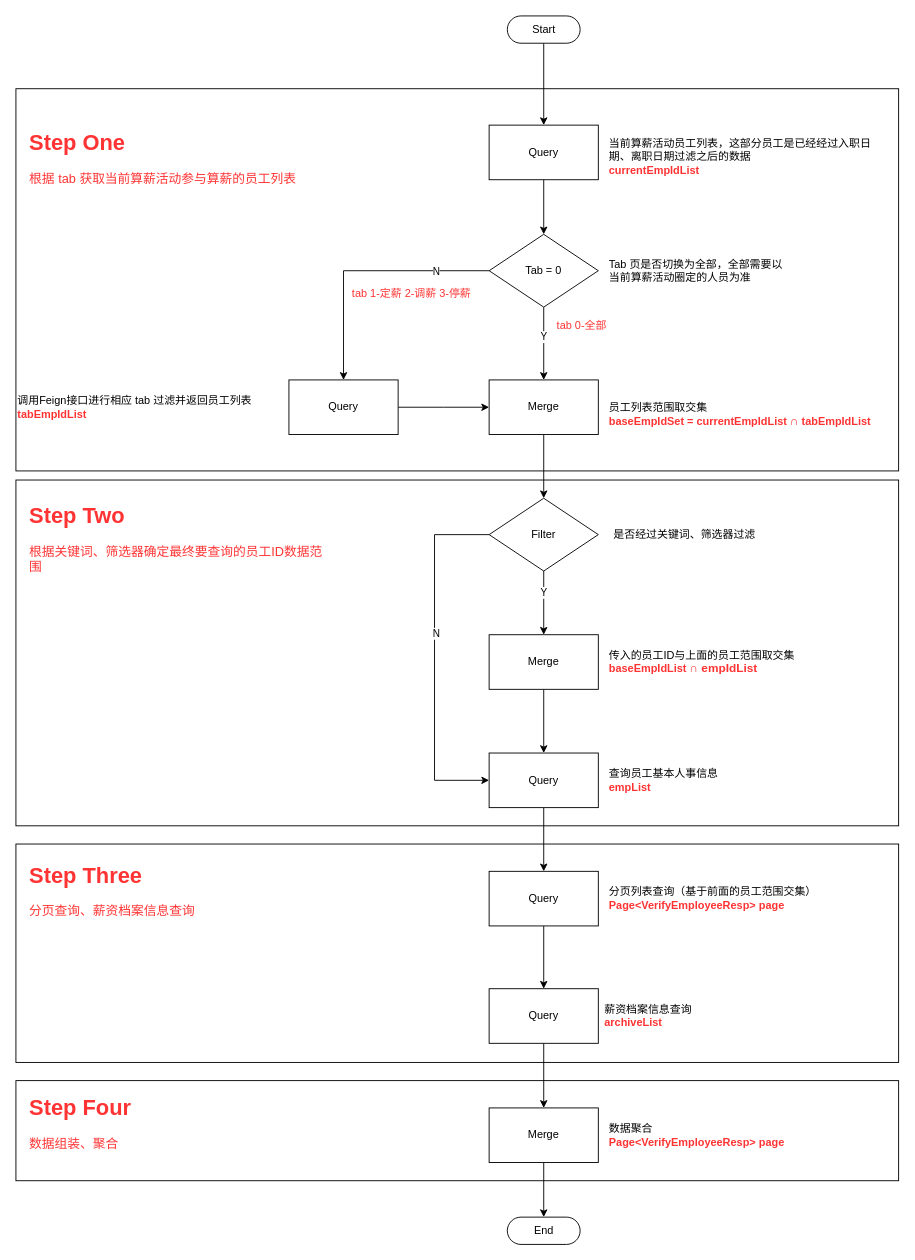
Earlier version of the draw.io diagram 算薪活动-核对人员列表接口实现逻辑.drawio (rexlin600/diagrams). Source tidied: cells renumbered, new cells numbered last; positions are measured from the earlier drawing's top-left corner, leaving out a move shared by most shapes. Both pictures are drawn from the tidied source at 91%, with x=0, y=0 at pixel (15, 15).
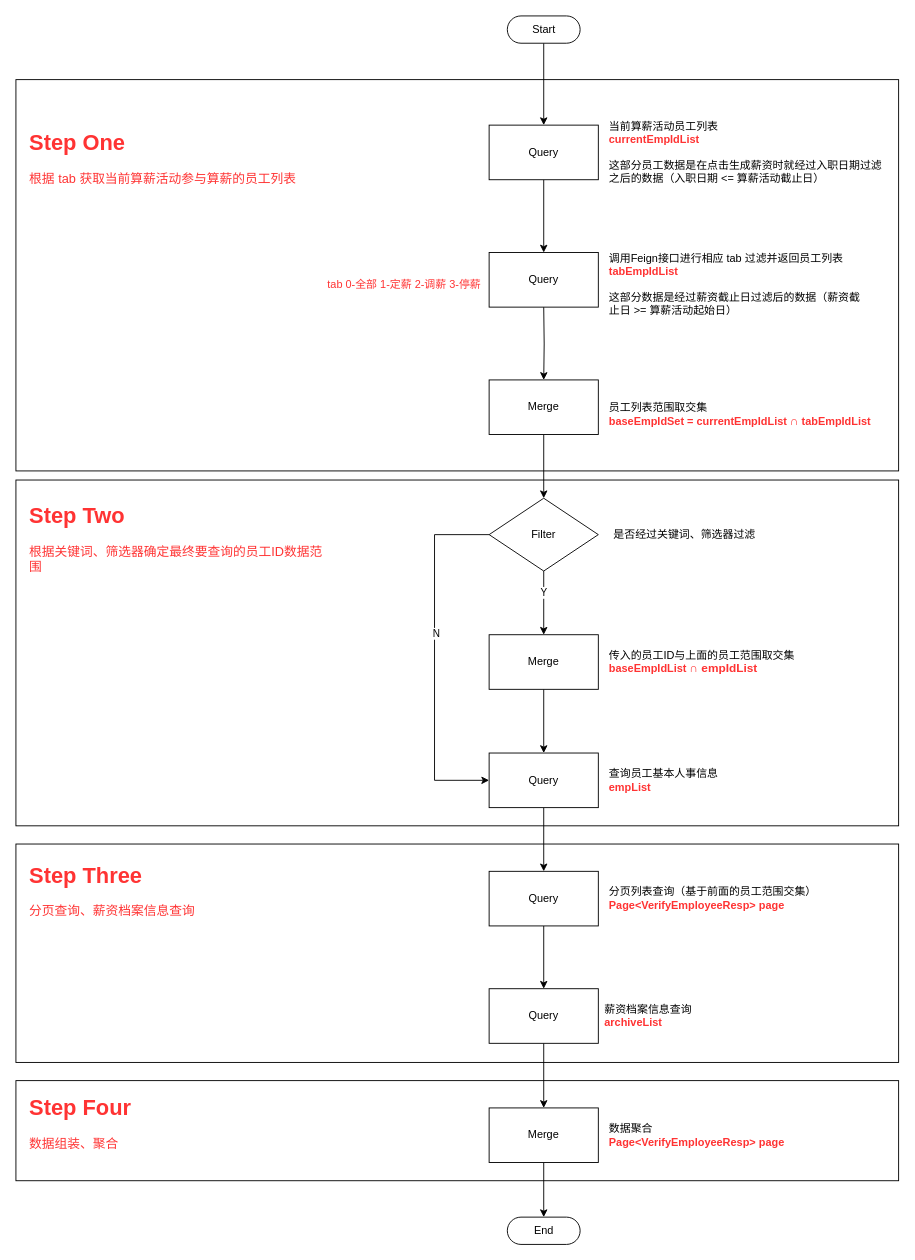
After the change.

Commit message:
Update 算薪活动-核对人员列表接口实现逻辑.drawio

Unchanged cells that the change refers to:
```xml
<mxCell id="9" value="Query" style="rounded=0;whiteSpace=wrap;html=1;" parent="1" vertex="1">
  <mxGeometry x="520" y="120" width="120" height="60" as="geometry" />
</mxCell>
<mxCell id="18" value="Merge" style="rounded=0;whiteSpace=wrap;html=1;" parent="1" vertex="1">
  <mxGeometry x="520" y="400" width="120" height="60" as="geometry" />
</mxCell>
```

Diff of the diagram source:
```diff
@@
     <mxCell id="5" style="rounded=0;whiteSpace=wrap;html=1;fontColor=#FF3333;" parent="1" vertex="1">
-      <mxGeometry y="80" width="970" height="420" as="geometry" />
+      <mxGeometry y="70" width="970" height="430" as="geometry" />
     </mxCell>
@@
-    <mxCell id="8" style="edgeStyle=orthogonalEdgeStyle;rounded=0;jettySize=auto;html=1;" parent="1" edge="1" source="9" target="15">
-      <mxGeometry relative="1" as="geometry" />
-    </mxCell>
+    <mxCell id="51" style="edgeStyle=orthogonalEdgeStyle;rounded=0;jettySize=auto;html=1;entryX=0.5;entryY=0;entryDx=0;entryDy=0;" parent="1" edge="1" source="9" target="20">
+      <mxGeometry relative="1" as="geometry" />
+    </mxCell>
@@
-    <mxCell id="10" value="当前算薪活动员工列表，这部分员工是已经经过入职日期、离职日期过滤之后的数据&lt;br&gt;&lt;b&gt;&lt;font color=&quot;#ff3333&quot;&gt;currentEmpIdList&lt;/font&gt;&lt;/b&gt;" style="text;html=1;strokeColor=none;fillColor=none;align=left;verticalAlign=middle;whiteSpace=wrap;rounded=0;" parent="1" vertex="1">
-      <mxGeometry x="650" y="140" width="310" height="30" as="geometry" />
+    <mxCell id="10" value="当前算薪活动员工列表&lt;br&gt;&lt;b&gt;&lt;font color=&quot;#ff3333&quot;&gt;currentEmpIdList&lt;br&gt;&lt;/font&gt;&lt;/b&gt;&lt;br&gt;这部分员工数据是在点击生成薪资时就经过入职日期过滤之后的数据（入职日期 &amp;lt;= 算薪活动截止日）" style="text;html=1;strokeColor=none;fillColor=none;align=left;verticalAlign=middle;whiteSpace=wrap;rounded=0;" parent="1" vertex="1">
+      <mxGeometry x="650" y="120" width="310" height="60" as="geometry" />
     </mxCell>
-    <mxCell id="11" style="edgeStyle=orthogonalEdgeStyle;rounded=0;jettySize=auto;html=1;entryX=0.5;entryY=0;entryDx=0;entryDy=0;" parent="1" edge="1" source="15" target="18">
-      <mxGeometry relative="1" as="geometry" />
+    <mxCell id="11" style="edgeStyle=orthogonalEdgeStyle;rounded=0;jettySize=auto;html=1;entryX=0.5;entryY=0;entryDx=0;entryDy=0;" parent="1" edge="1" target="18">
+      <mxGeometry relative="1" as="geometry">
+        <mxPoint x="580" y="320" as="sourcePoint" />
+      </mxGeometry>
     </mxCell>
-    <mxCell id="12" value="Y" style="edgeLabel;html=1;align=center;verticalAlign=middle;" parent="11" vertex="1">
-      <mxGeometry x="-0.2" y="-1" relative="1" as="geometry" />
-    </mxCell>
-    <mxCell id="13" style="edgeStyle=orthogonalEdgeStyle;rounded=0;jettySize=auto;html=1;entryX=0.5;entryY=0;entryDx=0;entryDy=0;" parent="1" edge="1" source="15" target="20">
-      <mxGeometry relative="1" as="geometry" />
-    </mxCell>
-    <mxCell id="14" value="N" style="edgeLabel;html=1;align=center;verticalAlign=middle;" parent="13" vertex="1">
-      <mxGeometry x="-0.14" y="1" relative="1" as="geometry">
-        <mxPoint x="61" y="-1" as="offset" />
-      </mxGeometry>
-    </mxCell>
-    <mxCell id="15" value="Tab = 0" style="rhombus;whiteSpace=wrap;html=1;" parent="1" vertex="1">
-      <mxGeometry x="520" y="240" width="120" height="80" as="geometry" />
-    </mxCell>
-    <mxCell id="16" value="Tab 页是否切换为全部，全部需要以&lt;br&gt;当前算薪活动圈定的人员为准" style="text;html=1;strokeColor=none;fillColor=none;align=left;verticalAlign=middle;whiteSpace=wrap;rounded=0;" parent="1" vertex="1">
-      <mxGeometry x="650" y="265" width="220" height="30" as="geometry" />
-    </mxCell>
@@
-    <mxCell id="19" style="edgeStyle=orthogonalEdgeStyle;rounded=0;jettySize=auto;html=1;entryX=0;entryY=0.5;entryDx=0;entryDy=0;" parent="1" edge="1" source="20">
-      <mxGeometry relative="1" as="geometry">
-        <mxPoint x="520" y="430" as="targetPoint" />
-      </mxGeometry>
-    </mxCell>
     <mxCell id="20" value="Query" style="rounded=0;whiteSpace=wrap;html=1;" parent="1" vertex="1">
-      <mxGeometry x="300" y="400" width="120" height="60" as="geometry" />
+      <mxGeometry x="520" y="260" width="120" height="60" as="geometry" />
     </mxCell>
-    <mxCell id="21" value="调用Feign接口进行相应 tab 过滤并返回员工列表&lt;br&gt;&lt;font color=&quot;#ff3333&quot;&gt;&lt;b&gt;tabEmpIdList&lt;/b&gt;&lt;/font&gt;" style="text;html=1;strokeColor=none;fillColor=none;align=left;verticalAlign=middle;whiteSpace=wrap;rounded=0;" parent="1" vertex="1">
-      <mxGeometry y="415" width="280" height="30" as="geometry" />
+    <mxCell id="21" value="调用Feign接口进行相应 tab 过滤并返回员工列表&lt;br&gt;&lt;b style=&quot;color: rgb(255 , 51 , 51)&quot;&gt;tabEmpIdList&lt;/b&gt;&lt;br&gt;&lt;br&gt;这部分数据是经过薪资截止日过滤后的数据（薪资截止日 &amp;gt;= 算薪活动起始日）" style="text;html=1;strokeColor=none;fillColor=none;align=left;verticalAlign=middle;whiteSpace=wrap;rounded=0;" parent="1" vertex="1">
+      <mxGeometry x="650" y="267.5" width="280" height="55" as="geometry" />
     </mxCell>
@@
-    <mxCell id="45" value="tab 1-定薪 2-调薪 3-停薪" style="text;html=1;strokeColor=none;fillColor=none;align=center;verticalAlign=middle;whiteSpace=wrap;rounded=0;fontColor=#FF3333;" parent="1" vertex="1">
-      <mxGeometry x="360" y="295" width="150" height="20" as="geometry" />
-    </mxCell>
-    <mxCell id="46" value="tab 0-全部" style="text;html=1;strokeColor=none;fillColor=none;align=center;verticalAlign=middle;whiteSpace=wrap;rounded=0;fontColor=#FF3333;" parent="1" vertex="1">
-      <mxGeometry x="590" y="330" width="64" height="20" as="geometry" />
+    <mxCell id="46" value="tab 0-全部 1-定薪 2-调薪 3-停薪" style="text;html=1;strokeColor=none;fillColor=none;align=center;verticalAlign=middle;whiteSpace=wrap;rounded=0;fontColor=#FF3333;" parent="1" vertex="1">
+      <mxGeometry x="340" y="285" width="174" height="20" as="geometry" />
     </mxCell>
```
